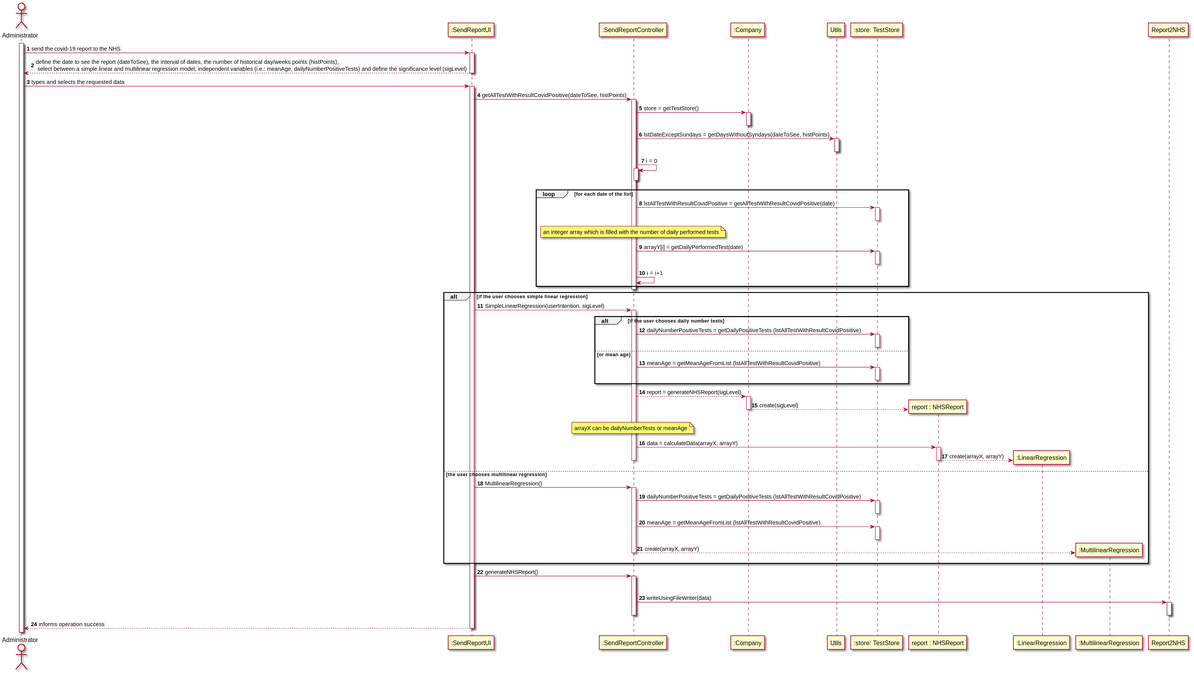
Earlier version of the PlantUML export docs/SprintD/US18/US18-SD.svg (0franciscor/lei-21-s2-1de-g19).
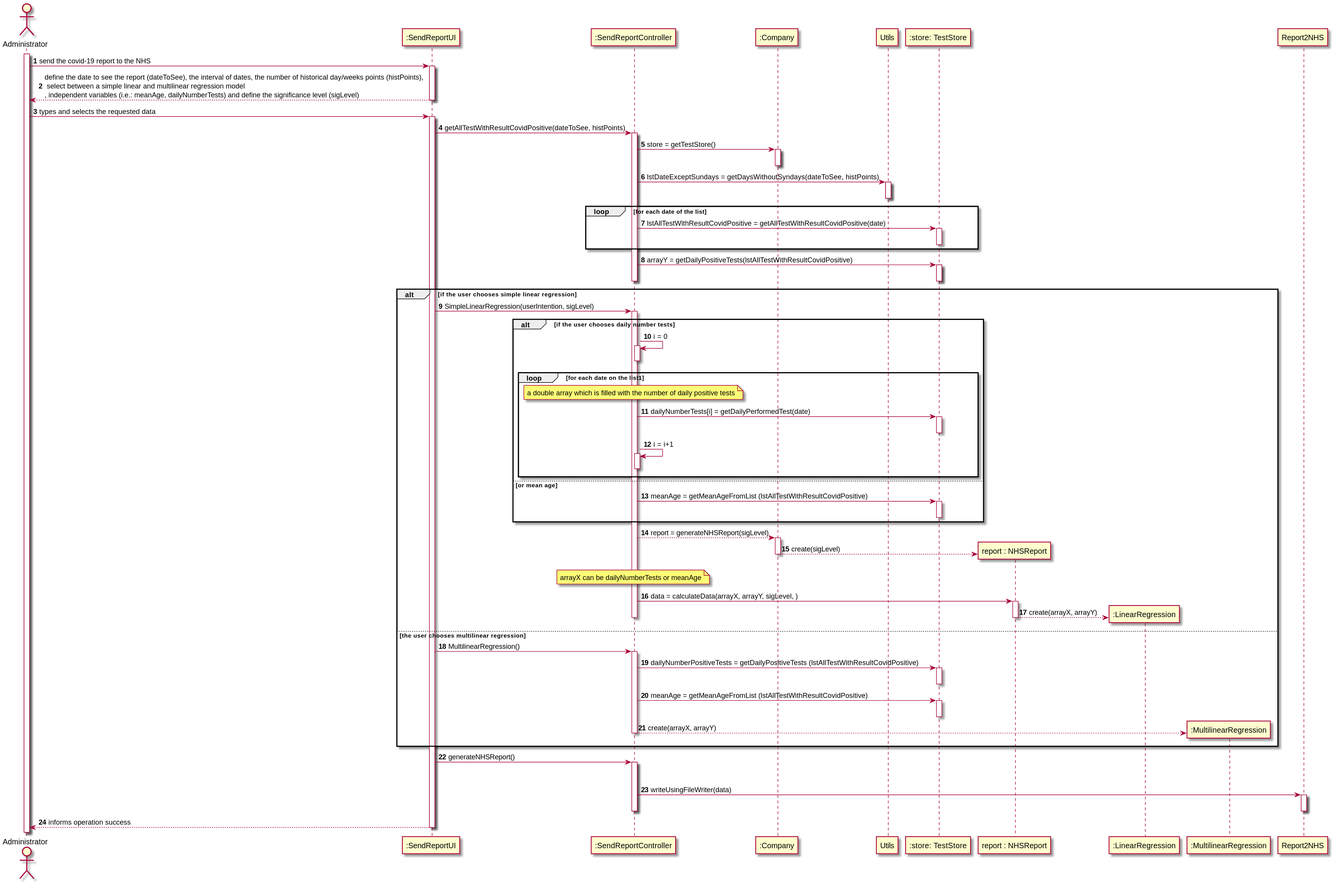
After the commit.

Diff of the diagram source:
```diff
@@ -8,7 +8,7 @@
 
 A -> ":SendReportUI" : send the covid-19 report to the NHS
 activate ":SendReportUI"
-":SendReportUI" --> A: define the date to see the report (dateToSee), the interval of dates, the number of historical day/weeks points (histPoints), \n select between a simple linear and multilinear regression model, independent variables (i.e.: meanAge, dailyNumberPositiveTests) and define the significance level (sigLevel)
+":SendReportUI" --> A: define the date to see the report (dateToSee), the interval of dates, the number of historical day/weeks points (histPoints), \n select between a simple linear and multilinear regression model\n, independent variables (i.e.: meanAge, dailyNumberTests) and define the significance level (sigLevel)
 deactivate ":SendReportUI"
 
 A -> ":SendReportUI" : types and selects the requested data
@@ -24,22 +24,17 @@
 activate "Utils"
 deactivate "Utils"
 
-":SendReportController" -> ":SendReportController" : i = 0
-activate ":SendReportController"
-deactivate ":SendReportController"
+
 
 loop for each date of the list
 ":SendReportController" -> ":store: TestStore" : lstAllTestWithResultCovidPositive = getAllTestWithResultCovidPositive(date)
 activate ":store: TestStore"
 deactivate ":store: TestStore"
+end
 
-note over ":SendReportController" : an integer array which is filled with the number of daily performed tests
-":SendReportController" -> ":store: TestStore" : arrayY[i] = getDailyPerformedTest(date)
+":SendReportController" -> ":store: TestStore" : arrayY = getDailyPositiveTests(lstAllTestWithResultCovidPositive)
 activate ":store: TestStore"
 deactivate ":store: TestStore"
-
-":SendReportController" -> ":SendReportController" : i = i+1
-end
 
 deactivate ":SendReportController"
 
@@ -49,9 +44,22 @@
 activate ":SendReportController"
 
 alt if the user chooses daily number tests
-":SendReportController" -> ":store: TestStore" : dailyNumberPositiveTests = getDailyPositiveTests (lstAllTestWithResultCovidPositive)
+
+":SendReportController" -> ":SendReportController" : i = 0
+activate ":SendReportController"
+deactivate ":SendReportController"
+
+loop for each date on the list1
+note over ":SendReportController" : a double array which is filled with the number of daily positive tests
+":SendReportController" -> ":store: TestStore" : dailyNumberTests[i] = getDailyPerformedTest(date)
 activate ":store: TestStore"
 deactivate ":store: TestStore"
+
+
+":SendReportController" -> ":SendReportController" ++: i = i+1
+deactivate ":SendReportController"
+end
+
 else or mean age
 ":SendReportController" -> ":store: TestStore" : meanAge = getMeanAgeFromList (lstAllTestWithResultCovidPositive)
 activate ":store: TestStore"
@@ -67,7 +75,7 @@
 
 note over ":SendReportController" : arrayX can be dailyNumberTests or meanAge
 
-":SendReportController" -> "report : NHSReport": data = calculateData(arrayX, arrayY)
+":SendReportController" -> "report : NHSReport": data = calculateData(arrayX, arrayY, sigLevel, )
 activate "report : NHSReport"
 
 
```
